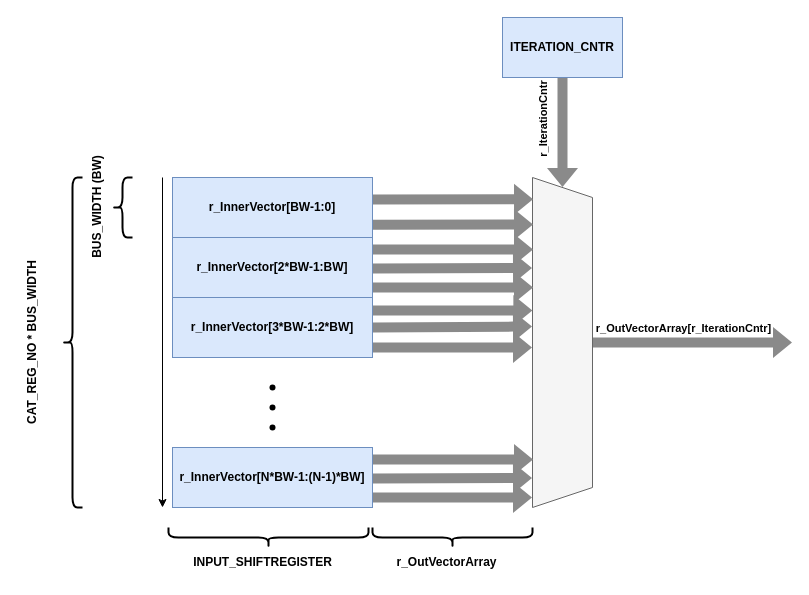
mozerj2001/fp_accel keeps this draw.io diagram as page "HW" (1 of 3) of docs/vector_concatenator.drawio. Above is the earlier version. Source tidied: cells renumbered, new cells numbered last; positions are measured from the earlier drawing's top-left corner, leaving out a move shared by most shapes. Both pictures are drawn from the tidied source at 100%, with x=0, y=0 at pixel (-98, 17).
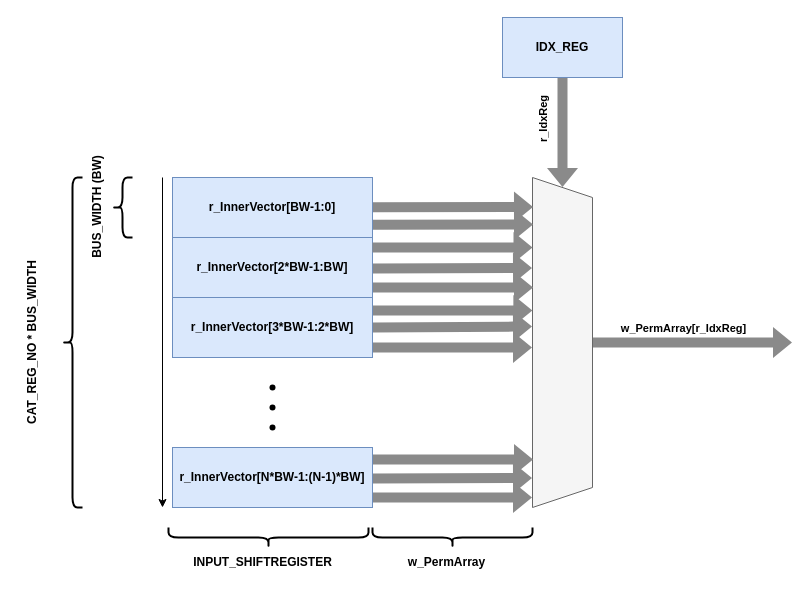
Above is the later version.

The change refers to these unchanged cells:
```xml
<mxCell id="17" style="shape=trapezoid;perimeter=trapezoidPerimeter;whiteSpace=wrap;html=1;fixedSize=1;rotation=90;fillColor=#f5f5f5;fontColor=#333333;strokeColor=#666666;" parent="1" vertex="1">
  <mxGeometry x="495" y="295" width="330" height="60" as="geometry" />
</mxCell>
<mxCell id="29" style="shape=flexArrow;endArrow=classic;html=1;rounded=0;strokeColor=none;fillColor=#8A8A8A;exitX=0.5;exitY=0;exitDx=0;exitDy=0;" parent="1" edge="1" source="17">
  <mxGeometry relative="1" as="geometry">
    <mxPoint x="890" y="325" as="targetPoint" />
  </mxGeometry>
</mxCell>
<mxCell id="32" style="shape=flexArrow;endArrow=classic;html=1;rounded=0;strokeColor=none;fillColor=#8A8A8A;exitX=0.5;exitY=1;exitDx=0;exitDy=0;entryX=0;entryY=0.5;entryDx=0;entryDy=0;" parent="1" edge="1" source="31" target="17">
  <mxGeometry relative="1" as="geometry" />
</mxCell>
```

What changed in the source:
```diff
@@
-    <mxCell id="18" style="shape=flexArrow;endArrow=classic;html=1;rounded=0;strokeColor=none;fillColor=#8A8A8A;entryX=0.066;entryY=0.983;entryDx=0;entryDy=0;entryPerimeter=0;" parent="1" edge="1" target="17">
+    <mxCell id="18" style="shape=flexArrow;endArrow=classic;html=1;rounded=0;strokeColor=none;fillColor=#8A8A8A;entryX=0.066;entryY=0.983;entryDx=0;entryDy=0;entryPerimeter=0;" parent="1" edge="1">
       <mxGeometry relative="1" as="geometry">
-        <mxPoint x="470" y="182" as="sourcePoint" />
+        <mxPoint x="470" y="189.7" as="sourcePoint" />
+        <mxPoint x="631" y="189.5" as="targetPoint" />
       </mxGeometry>
     </mxCell>
@@
     <mxCell id="23" style="shape=flexArrow;endArrow=classic;html=1;rounded=0;strokeColor=none;fillColor=#8A8A8A;entryX=0.066;entryY=0.983;entryDx=0;entryDy=0;entryPerimeter=0;" parent="1" edge="1">
       <mxGeometry relative="1" as="geometry">
-        <mxPoint x="470" y="232" as="sourcePoint" />
-        <mxPoint x="631" y="232" as="targetPoint" />
+        <mxPoint x="469.5" y="230" as="sourcePoint" />
+        <mxPoint x="630.5" y="230" as="targetPoint" />
       </mxGeometry>
     </mxCell>
@@
-    <mxCell id="30" value="r_OutVectorArray[r_IterationCntr]" style="edgeLabel;html=1;align=center;verticalAlign=middle;fontStyle=1;" parent="29" vertex="1">
+    <mxCell id="30" value="w_PermArray[r_IdxReg]" style="edgeLabel;html=1;align=center;verticalAlign=middle;fontStyle=1;" parent="29" vertex="1">
       <mxGeometry x="-0.27" y="-1" relative="1" as="geometry">
         <mxPoint x="17" y="-16" as="offset" />
       </mxGeometry>
     </mxCell>
-    <mxCell id="31" value="&lt;b&gt;ITERATION_CNTR&lt;/b&gt;" style="rounded=0;whiteSpace=wrap;html=1;fillColor=#dae8fc;strokeColor=#6c8ebf;" parent="1" vertex="1">
+    <mxCell id="31" value="&lt;b&gt;IDX_REG&lt;/b&gt;" style="rounded=0;whiteSpace=wrap;html=1;fillColor=#dae8fc;strokeColor=#6c8ebf;" parent="1" vertex="1">
       <mxGeometry x="600" width="120" height="60" as="geometry" />
     </mxCell>
@@
-    <mxCell id="33" value="r_IterationCntr" style="edgeLabel;html=1;align=center;verticalAlign=middle;rotation=-90;fontStyle=1;" parent="32" vertex="1">
+    <mxCell id="33" value="r_IdxReg" style="edgeLabel;html=1;align=center;verticalAlign=middle;rotation=-90;fontStyle=1;" parent="32" vertex="1">
       <mxGeometry x="-0.21" y="-1" relative="1" as="geometry">
         <mxPoint x="-19" as="offset" />
       </mxGeometry>
     </mxCell>
@@
-    <mxCell id="35" value="r_OutVectorArray" style="text;html=1;align=center;verticalAlign=middle;strokeColor=none;fillColor=none;fontStyle=1;" parent="1" vertex="1">
-      <mxGeometry x="484" y="530" width="120" height="30" as="geometry" />
+    <mxCell id="35" value="w_PermArray" style="text;html=1;align=center;verticalAlign=middle;strokeColor=none;fillColor=none;fontStyle=1;" parent="1" vertex="1">
+      <mxGeometry x="494" y="530" width="100" height="30" as="geometry" />
     </mxCell>
```
